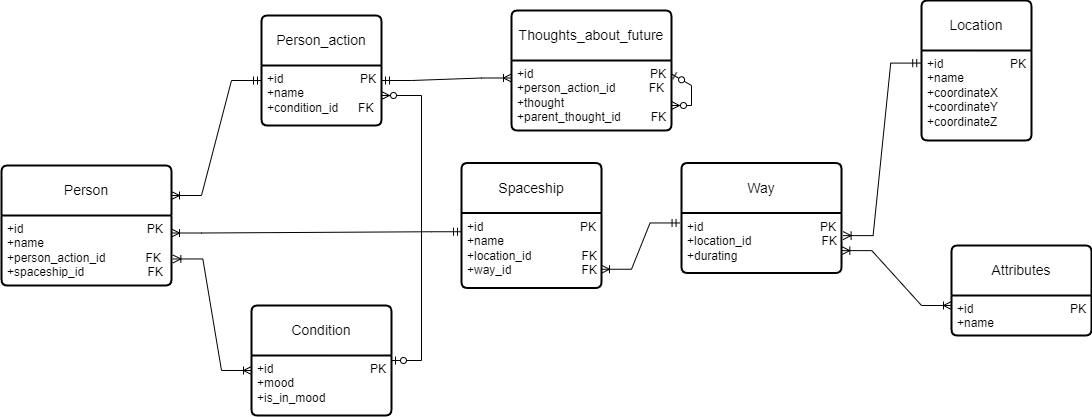
This is DataBases/lab1/InfologicDiagram.drawio.png from EgorovaVarvara/ITMO, a draw.io export, as it was before one commit. Source tidied: cells renumbered, new cells last; positions are measured from the earlier drawing's top-left corner, leaving out a move shared by most shapes. Its diagram source:
```xml
<mxGraphModel>
  <root>
    <mxCell id="0" />
    <mxCell id="1" parent="0" />
    <mxCell id="2" value="Person" style="swimlane;horizontal=1;startSize=50;rounded=1;fontSize=14;fontStyle=0;strokeWidth=2;shadow=0;dashed=0;align=center;arcSize=4;whiteSpace=wrap;html=1;" parent="1" vertex="1">
      <mxGeometry y="165" width="170" height="120" as="geometry" />
    </mxCell>
    <mxCell id="3" value="+id&amp;nbsp; &amp;nbsp; &amp;nbsp; &amp;nbsp; &amp;nbsp; &amp;nbsp; &amp;nbsp; &amp;nbsp; &amp;nbsp; &amp;nbsp; &amp;nbsp; &amp;nbsp; &amp;nbsp; &amp;nbsp; &amp;nbsp; &amp;nbsp; &amp;nbsp; &amp;nbsp; &amp;nbsp;PK&lt;br&gt;+name&lt;br&gt;+person_action_id&amp;nbsp; &amp;nbsp; &amp;nbsp; &amp;nbsp; &amp;nbsp; &amp;nbsp; FK&lt;br&gt;+spaceship_id&amp;nbsp; &amp;nbsp; &amp;nbsp; &amp;nbsp; &amp;nbsp; &amp;nbsp; &amp;nbsp; &amp;nbsp; &amp;nbsp; &amp;nbsp;FK" style="align=left;strokeColor=none;fillColor=none;spacingLeft=4;fontSize=12;verticalAlign=top;html=1;" parent="2" vertex="1">
      <mxGeometry y="50" width="170" height="70" as="geometry" />
    </mxCell>
    <mxCell id="4" style="edgeStyle=orthogonalEdgeStyle;rounded=0;orthogonalLoop=1;jettySize=auto;html=1;exitX=0.5;exitY=1;exitDx=0;exitDy=0;" parent="2" edge="1" source="3" target="3">
      <mxGeometry relative="1" as="geometry" />
    </mxCell>
    <mxCell id="5" value="Person_action" style="swimlane;horizontal=1;startSize=50;rounded=1;fontSize=14;fontStyle=0;strokeWidth=2;shadow=0;dashed=0;align=center;arcSize=4;whiteSpace=wrap;html=1;" parent="1" vertex="1">
      <mxGeometry x="260" y="15" width="120" height="110" as="geometry" />
    </mxCell>
    <mxCell id="6" value="+id&amp;nbsp; &amp;nbsp; &amp;nbsp; &amp;nbsp; &amp;nbsp; &amp;nbsp; &amp;nbsp; &amp;nbsp; &amp;nbsp; &amp;nbsp; &amp;nbsp; &amp;nbsp;PK&lt;br&gt;+name&lt;br&gt;+condition_id&amp;nbsp; &amp;nbsp; &amp;nbsp; FK&amp;nbsp; &amp;nbsp;" style="align=left;strokeColor=none;fillColor=none;spacingLeft=4;fontSize=12;verticalAlign=top;html=1;" parent="5" vertex="1">
      <mxGeometry y="50" width="120" height="60" as="geometry" />
    </mxCell>
    <mxCell id="7" value="Condition" style="swimlane;horizontal=1;startSize=50;rounded=1;fontSize=14;fontStyle=0;strokeWidth=2;shadow=0;dashed=0;align=center;arcSize=4;whiteSpace=wrap;html=1;" parent="1" vertex="1">
      <mxGeometry x="250" y="305" width="140" height="110" as="geometry" />
    </mxCell>
    <mxCell id="8" value="+id&amp;nbsp; &amp;nbsp; &amp;nbsp; &amp;nbsp; &amp;nbsp; &amp;nbsp; &amp;nbsp; &amp;nbsp; &amp;nbsp; &amp;nbsp; &amp;nbsp; &amp;nbsp; &amp;nbsp; &amp;nbsp; &amp;nbsp;PK&lt;br&gt;+mood&lt;br&gt;+is_in_mood" style="align=left;strokeColor=none;fillColor=none;spacingLeft=4;fontSize=12;verticalAlign=top;html=1;" parent="7" vertex="1">
      <mxGeometry y="50" width="140" height="60" as="geometry" />
    </mxCell>
    <mxCell id="9" value="Location" style="swimlane;horizontal=1;startSize=50;rounded=1;fontSize=14;fontStyle=0;strokeWidth=2;shadow=0;dashed=0;align=center;arcSize=4;whiteSpace=wrap;html=1;" parent="1" vertex="1">
      <mxGeometry x="920" width="110" height="140" as="geometry" />
    </mxCell>
    <mxCell id="10" value="+id&amp;nbsp; &amp;nbsp; &amp;nbsp; &amp;nbsp; &amp;nbsp; &amp;nbsp; &amp;nbsp; &amp;nbsp; &amp;nbsp; &amp;nbsp; PK&lt;br&gt;+name&lt;br&gt;+coordinateX&lt;br&gt;+coordinateY&lt;br&gt;+coordinateZ" style="align=left;strokeColor=none;fillColor=none;spacingLeft=4;fontSize=12;verticalAlign=top;html=1;" parent="9" vertex="1">
      <mxGeometry y="50" width="110" height="90" as="geometry" />
    </mxCell>
    <mxCell id="11" value="Spaceship" style="swimlane;horizontal=1;startSize=50;rounded=1;fontSize=14;fontStyle=0;strokeWidth=2;shadow=0;dashed=0;align=center;arcSize=4;whiteSpace=wrap;html=1;" parent="1" vertex="1">
      <mxGeometry x="460" y="162.5" width="140" height="125" as="geometry" />
    </mxCell>
    <mxCell id="12" value="+id&amp;nbsp; &amp;nbsp; &amp;nbsp; &amp;nbsp; &amp;nbsp; &amp;nbsp; &amp;nbsp; &amp;nbsp; &amp;nbsp; &amp;nbsp; &amp;nbsp; &amp;nbsp; &amp;nbsp; &amp;nbsp; &amp;nbsp;PK&lt;br&gt;+name&lt;br&gt;+location_id&amp;nbsp; &amp;nbsp; &amp;nbsp; &amp;nbsp; &amp;nbsp; &amp;nbsp; &amp;nbsp; &amp;nbsp;FK&lt;br&gt;+way_id&amp;nbsp; &amp;nbsp; &amp;nbsp; &amp;nbsp; &amp;nbsp; &amp;nbsp; &amp;nbsp; &amp;nbsp; &amp;nbsp; &amp;nbsp; &amp;nbsp;FK" style="align=left;strokeColor=none;fillColor=none;spacingLeft=4;fontSize=12;verticalAlign=top;html=1;" parent="11" vertex="1">
      <mxGeometry y="50" width="140" height="75" as="geometry" />
    </mxCell>
    <mxCell id="13" value="Attributes" style="swimlane;horizontal=1;startSize=50;rounded=1;fontSize=14;fontStyle=0;strokeWidth=2;shadow=0;dashed=0;align=center;arcSize=4;whiteSpace=wrap;html=1;" parent="1" vertex="1">
      <mxGeometry x="950" y="245" width="140" height="90" as="geometry" />
    </mxCell>
    <mxCell id="14" value="+id&amp;nbsp; &amp;nbsp; &amp;nbsp; &amp;nbsp; &amp;nbsp; &amp;nbsp; &amp;nbsp; &amp;nbsp; &amp;nbsp; &amp;nbsp; &amp;nbsp; &amp;nbsp; &amp;nbsp; &amp;nbsp; &amp;nbsp;PK&lt;br&gt;+name" style="align=left;strokeColor=none;fillColor=none;spacingLeft=4;fontSize=12;verticalAlign=top;html=1;" parent="13" vertex="1">
      <mxGeometry y="50" width="140" height="40" as="geometry" />
    </mxCell>
    <mxCell id="15" style="edgeStyle=orthogonalEdgeStyle;rounded=0;orthogonalLoop=1;jettySize=auto;html=1;exitX=0.5;exitY=1;exitDx=0;exitDy=0;" parent="13" edge="1" source="14" target="14">
      <mxGeometry relative="1" as="geometry" />
    </mxCell>
    <mxCell id="16" style="edgeStyle=entityRelationEdgeStyle;fontSize=12;html=1;endArrow=ERoneToMany;startArrow=ERmandOne;rounded=0;entryX=1;entryY=0.25;entryDx=0;entryDy=0;exitX=0;exitY=0.25;exitDx=0;exitDy=0;" parent="1" edge="1" source="6" target="2">
      <mxGeometry relative="1" as="geometry">
        <Array as="points">
          <mxPoint x="410" y="145" />
        </Array>
      </mxGeometry>
    </mxCell>
    <mxCell id="17" style="edgeStyle=entityRelationEdgeStyle;fontSize=12;html=1;endArrow=ERoneToMany;startArrow=ERoneToMany;rounded=0;entryX=0;entryY=0.25;entryDx=0;entryDy=0;exitX=1.008;exitY=0.621;exitDx=0;exitDy=0;exitPerimeter=0;" parent="1" edge="1" source="3" target="8">
      <mxGeometry relative="1" as="geometry">
        <Array as="points">
          <mxPoint x="370" y="395" />
        </Array>
      </mxGeometry>
    </mxCell>
    <mxCell id="18" value="Thoughts_about_future" style="swimlane;horizontal=1;startSize=50;rounded=1;fontSize=14;fontStyle=0;strokeWidth=2;shadow=0;dashed=0;align=center;arcSize=4;whiteSpace=wrap;html=1;" parent="1" vertex="1">
      <mxGeometry x="510" y="10" width="160" height="120" as="geometry" />
    </mxCell>
    <mxCell id="19" value="+id&amp;nbsp; &amp;nbsp; &amp;nbsp; &amp;nbsp; &amp;nbsp; &amp;nbsp; &amp;nbsp; &amp;nbsp; &amp;nbsp; &amp;nbsp; &amp;nbsp; &amp;nbsp; &amp;nbsp; &amp;nbsp; &amp;nbsp; &amp;nbsp; &amp;nbsp; &amp;nbsp;PK&lt;br&gt;+person_action_id&amp;nbsp; &amp;nbsp; &amp;nbsp; &amp;nbsp; &amp;nbsp; FK&lt;br&gt;+thought&lt;br&gt;+parent_thought_id&amp;nbsp; &amp;nbsp; &amp;nbsp; &amp;nbsp; &amp;nbsp;FK" style="align=left;strokeColor=none;fillColor=none;spacingLeft=4;fontSize=12;verticalAlign=top;html=1;" parent="18" vertex="1">
      <mxGeometry y="50" width="160" height="70" as="geometry" />
    </mxCell>
    <mxCell id="20" style="edgeStyle=entityRelationEdgeStyle;fontSize=12;html=1;endArrow=ERzeroToMany;startArrow=ERzeroToOne;rounded=0;exitX=0.998;exitY=0.19;exitDx=0;exitDy=0;exitPerimeter=0;" parent="18" edge="1" source="19" target="19">
      <mxGeometry relative="1" as="geometry" />
    </mxCell>
    <mxCell id="21" style="edgeStyle=entityRelationEdgeStyle;fontSize=12;html=1;endArrow=ERoneToMany;startArrow=ERmandOne;rounded=0;entryX=0;entryY=0.25;entryDx=0;entryDy=0;exitX=1;exitY=0.25;exitDx=0;exitDy=0;" parent="1" edge="1" source="6" target="19">
      <mxGeometry relative="1" as="geometry" />
    </mxCell>
    <mxCell id="22" style="edgeStyle=entityRelationEdgeStyle;fontSize=12;html=1;endArrow=ERoneToMany;startArrow=ERmandOne;rounded=0;exitX=0;exitY=0.25;exitDx=0;exitDy=0;entryX=1;entryY=0.25;entryDx=0;entryDy=0;" parent="1" edge="1" source="12" target="3">
      <mxGeometry relative="1" as="geometry" />
    </mxCell>
    <mxCell id="23" style="edgeStyle=entityRelationEdgeStyle;fontSize=12;html=1;endArrow=ERzeroToMany;startArrow=ERzeroToOne;rounded=0;entryX=1;entryY=0.5;entryDx=0;entryDy=0;" parent="1" edge="1" source="7" target="6">
      <mxGeometry relative="1" as="geometry" />
    </mxCell>
    <mxCell id="24" value="Way" style="swimlane;horizontal=1;startSize=50;rounded=1;fontSize=14;fontStyle=0;strokeWidth=2;shadow=0;dashed=0;align=center;arcSize=4;whiteSpace=wrap;html=1;" parent="1" vertex="1">
      <mxGeometry x="680" y="162.5" width="160" height="110" as="geometry" />
    </mxCell>
    <mxCell id="25" value="+id&amp;nbsp; &amp;nbsp; &amp;nbsp; &amp;nbsp; &amp;nbsp; &amp;nbsp; &amp;nbsp; &amp;nbsp; &amp;nbsp; &amp;nbsp; &amp;nbsp; &amp;nbsp; &amp;nbsp; &amp;nbsp; &amp;nbsp; &amp;nbsp; &amp;nbsp; &amp;nbsp;PK&lt;br&gt;+location_id&amp;nbsp; &amp;nbsp; &amp;nbsp; &amp;nbsp; &amp;nbsp;&amp;nbsp;&amp;nbsp; &amp;nbsp; &amp;nbsp; &amp;nbsp; &amp;nbsp; &amp;nbsp;FK&lt;br&gt;+durating" style="align=left;strokeColor=none;fillColor=none;spacingLeft=4;fontSize=12;verticalAlign=top;html=1;" parent="24" vertex="1">
      <mxGeometry y="50" width="160" height="60" as="geometry" />
    </mxCell>
    <mxCell id="26" style="edgeStyle=entityRelationEdgeStyle;fontSize=12;html=1;endArrow=ERoneToMany;startArrow=ERmandOne;rounded=0;exitX=-0.009;exitY=0.166;exitDx=0;exitDy=0;exitPerimeter=0;entryX=1;entryY=0.75;entryDx=0;entryDy=0;" parent="1" edge="1" source="25" target="12">
      <mxGeometry relative="1" as="geometry" />
    </mxCell>
    <mxCell id="27" style="edgeStyle=entityRelationEdgeStyle;fontSize=12;html=1;endArrow=ERoneToMany;startArrow=ERmandOne;rounded=0;entryX=1.01;entryY=0.377;entryDx=0;entryDy=0;entryPerimeter=0;exitX=-0.007;exitY=0.14;exitDx=0;exitDy=0;exitPerimeter=0;" parent="1" edge="1" source="10" target="25">
      <mxGeometry relative="1" as="geometry" />
    </mxCell>
    <mxCell id="28" style="edgeStyle=entityRelationEdgeStyle;fontSize=12;html=1;endArrow=ERoneToMany;startArrow=ERoneToMany;rounded=0;entryX=0;entryY=0.25;entryDx=0;entryDy=0;exitX=1.002;exitY=0.627;exitDx=0;exitDy=0;exitPerimeter=0;" parent="1" edge="1" source="25" target="14">
      <mxGeometry relative="1" as="geometry" />
    </mxCell>
  </root>
</mxGraphModel>
```
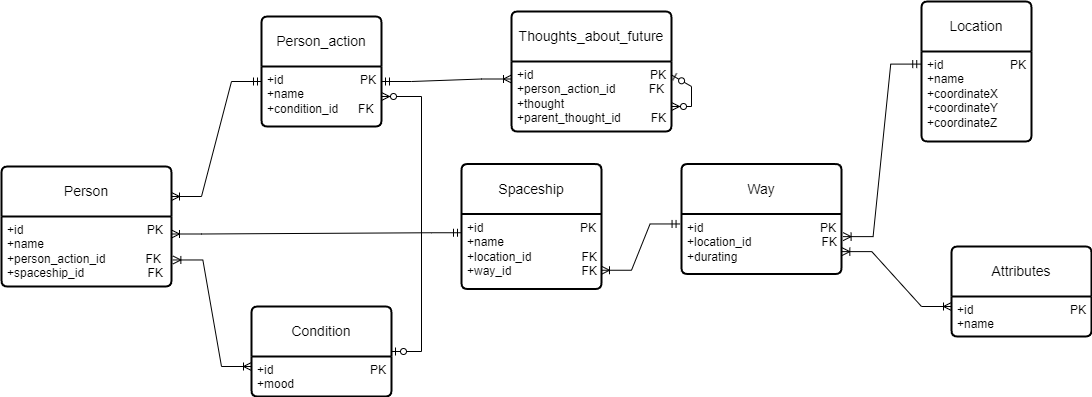
After the commit.

Change to the diagram source:
```diff
@@ -18,10 +18,10 @@
       <mxGeometry y="50" width="120" height="60" as="geometry" />
     </mxCell>
     <mxCell id="7" value="Condition" style="swimlane;horizontal=1;startSize=50;rounded=1;fontSize=14;fontStyle=0;strokeWidth=2;shadow=0;dashed=0;align=center;arcSize=4;whiteSpace=wrap;html=1;" parent="1" vertex="1">
-      <mxGeometry x="250" y="305" width="140" height="110" as="geometry" />
+      <mxGeometry x="250" y="305" width="140" height="90" as="geometry" />
     </mxCell>
-    <mxCell id="8" value="+id&amp;nbsp; &amp;nbsp; &amp;nbsp; &amp;nbsp; &amp;nbsp; &amp;nbsp; &amp;nbsp; &amp;nbsp; &amp;nbsp; &amp;nbsp; &amp;nbsp; &amp;nbsp; &amp;nbsp; &amp;nbsp; &amp;nbsp;PK&lt;br&gt;+mood&lt;br&gt;+is_in_mood" style="align=left;strokeColor=none;fillColor=none;spacingLeft=4;fontSize=12;verticalAlign=top;html=1;" parent="7" vertex="1">
-      <mxGeometry y="50" width="140" height="60" as="geometry" />
+    <mxCell id="8" value="+id&amp;nbsp; &amp;nbsp; &amp;nbsp; &amp;nbsp; &amp;nbsp; &amp;nbsp; &amp;nbsp; &amp;nbsp; &amp;nbsp; &amp;nbsp; &amp;nbsp; &amp;nbsp; &amp;nbsp; &amp;nbsp; &amp;nbsp;PK&lt;br&gt;+mood" style="align=left;strokeColor=none;fillColor=none;spacingLeft=4;fontSize=12;verticalAlign=top;html=1;" parent="7" vertex="1">
+      <mxGeometry y="50" width="140" height="40" as="geometry" />
     </mxCell>
     <mxCell id="9" value="Location" style="swimlane;horizontal=1;startSize=50;rounded=1;fontSize=14;fontStyle=0;strokeWidth=2;shadow=0;dashed=0;align=center;arcSize=4;whiteSpace=wrap;html=1;" parent="1" vertex="1">
       <mxGeometry x="920" width="110" height="140" as="geometry" />
```
